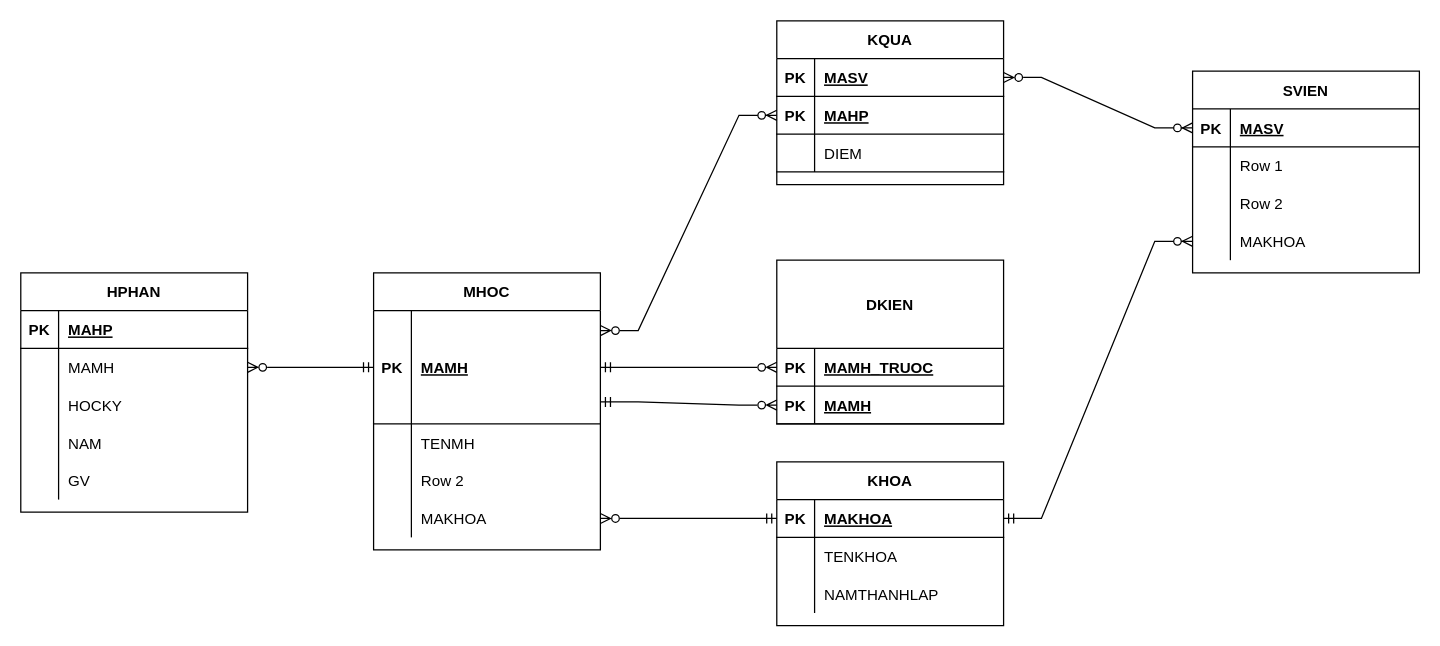
TaQuangKhoi/He-quan-tri-Co-so-du-lieu keeps this draw.io diagram as Quản Lý Sinh VIên/QuanLySinhVien.drawio. Above is the earlier version. Source tidied: cells renumbered, new cells numbered last; positions are measured from the earlier drawing's top-left corner, leaving out a move shared by most shapes. Both pictures are drawn from the tidied source at 126%, with x=0, y=0 at pixel (20, 20).
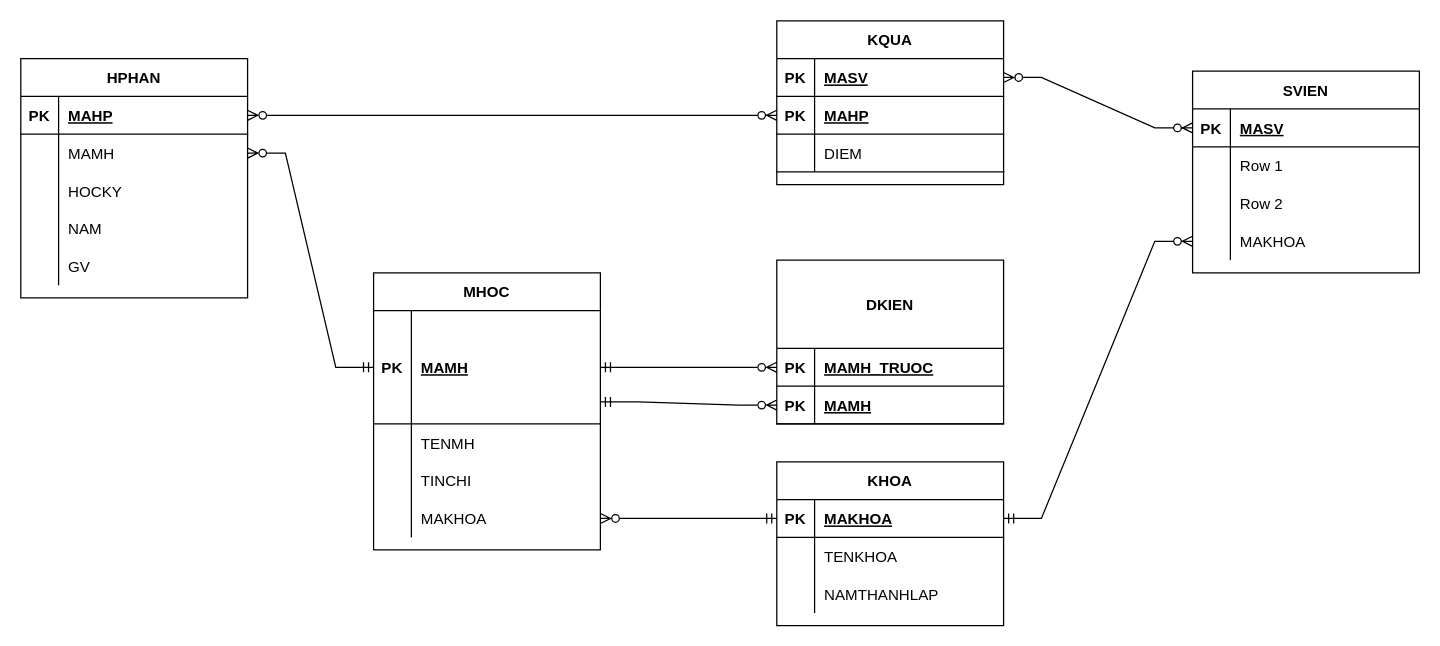
Above is the later version.

Unchanged cells that the change refers to:
```xml
<mxCell id="27" style="shape=tableRow;horizontal=0;startSize=0;swimlaneHead=0;swimlaneBody=0;fillColor=none;points=[[0,0.5],[1,0.5]];portConstraint=eastwest;top=0;left=0;right=0;bottom=1;" parent="26" vertex="1">
  <mxGeometry y="30" width="180" height="90" as="geometry" />
</mxCell>
<mxCell id="33" style="shape=tableRow;horizontal=0;startSize=0;swimlaneHead=0;swimlaneBody=0;fillColor=none;top=0;left=0;right=0;bottom=0;" parent="26" vertex="1">
  <mxGeometry y="150" width="180" height="30" as="geometry" />
</mxCell>
<mxCell id="50" style="shape=tableRow;horizontal=0;startSize=0;swimlaneHead=0;swimlaneBody=0;fillColor=none;points=[[0,0.5],[1,0.5]];portConstraint=eastwest;top=0;left=0;right=0;bottom=1;" parent="49" vertex="1">
  <mxGeometry y="30" width="180" height="30" as="geometry" />
</mxCell>
<mxCell id="70" style="shape=tableRow;horizontal=0;startSize=0;swimlaneHead=0;swimlaneBody=0;fillColor=none;points=[[0,0.5],[1,0.5]];portConstraint=eastwest;top=0;left=0;right=0;bottom=1;" parent="66" vertex="1">
  <mxGeometry y="60" width="180" height="30" as="geometry" />
</mxCell>
```

Change to the diagram source:
```diff
@@
-    <mxCell id="35" value="Row 2" style="shape=partialRectangle;fillColor=none;top=0;left=0;bottom=0;right=0;align=left;spacingLeft=6;overflow=hidden;" parent="33" vertex="1">
+    <mxCell id="35" value="TINCHI" style="shape=partialRectangle;fillColor=none;top=0;left=0;bottom=0;right=0;align=left;spacingLeft=6;overflow=hidden;" parent="33" vertex="1">
       <mxGeometry x="30" width="150" height="30" as="geometry" />
     </mxCell>
@@
     <mxCell id="49" value="HPHAN" style="shape=table;startSize=30;childLayout=tableLayout;rowLines=0;fontStyle=1;align=center;" parent="1" vertex="1">
-      <mxGeometry y="200" width="180" height="190" as="geometry" />
+      <mxGeometry y="30" width="180" height="190" as="geometry" />
     </mxCell>
@@
-    <mxCell id="77" style="edgeStyle=entityRelationEdgeStyle;fontSize=12;html=1;endArrow=ERzeroToMany;endFill=1;rounded=0;startArrow=ERzeroToMany;startFill=0;exitX=1;exitY=0.176;exitDx=0;exitDy=0;exitPerimeter=0;" parent="1" edge="1" source="27" target="70">
+    <mxCell id="77" style="edgeStyle=entityRelationEdgeStyle;fontSize=12;html=1;endArrow=ERzeroToMany;endFill=1;rounded=0;startArrow=ERzeroToMany;startFill=0;" parent="1" edge="1" source="50" target="70">
       <mxGeometry relative="1" as="geometry" />
     </mxCell>
```
